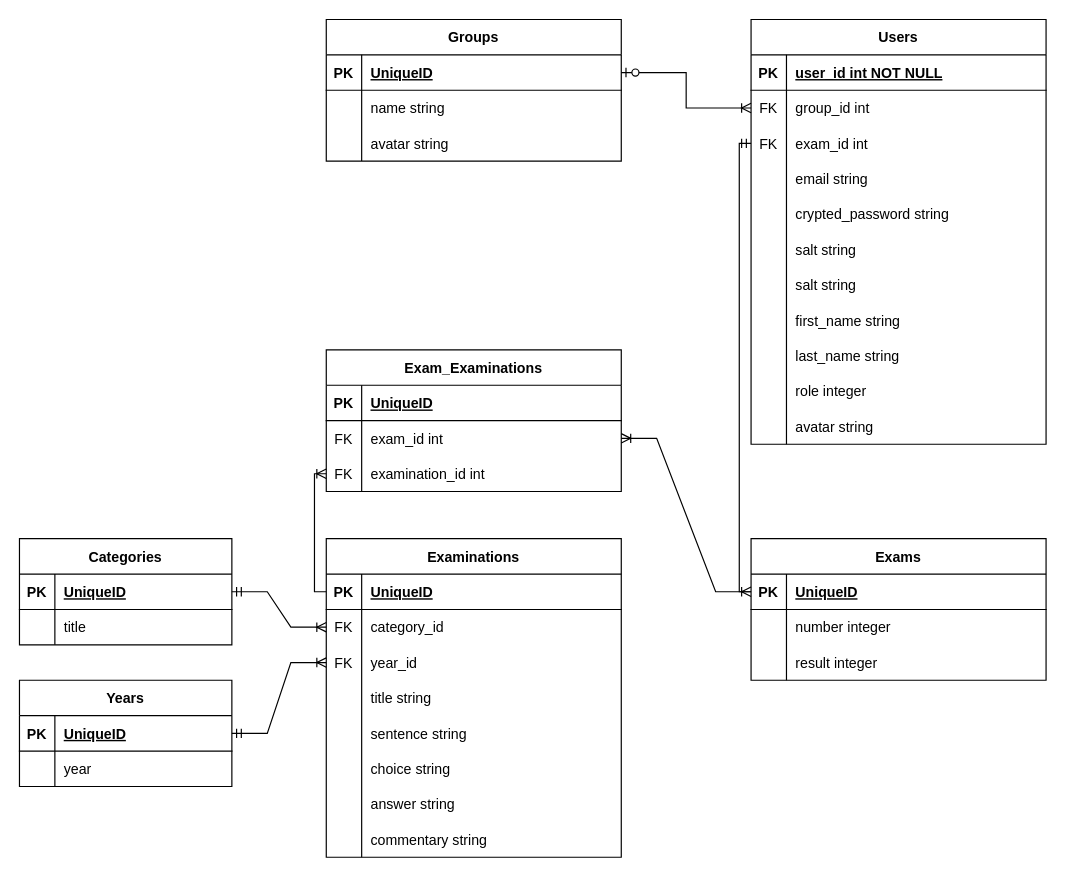
Earlier version of the draw.io diagram ER図.drawio (KeitaroOtsuka/CheifGasEngineer). Source tidied: cells renumbered, new cells numbered last; positions are measured from the earlier drawing's top-left corner, leaving out a move shared by most shapes. Both pictures are drawn from the tidied source at 118%, with x=0, y=0 at pixel (19, 19).
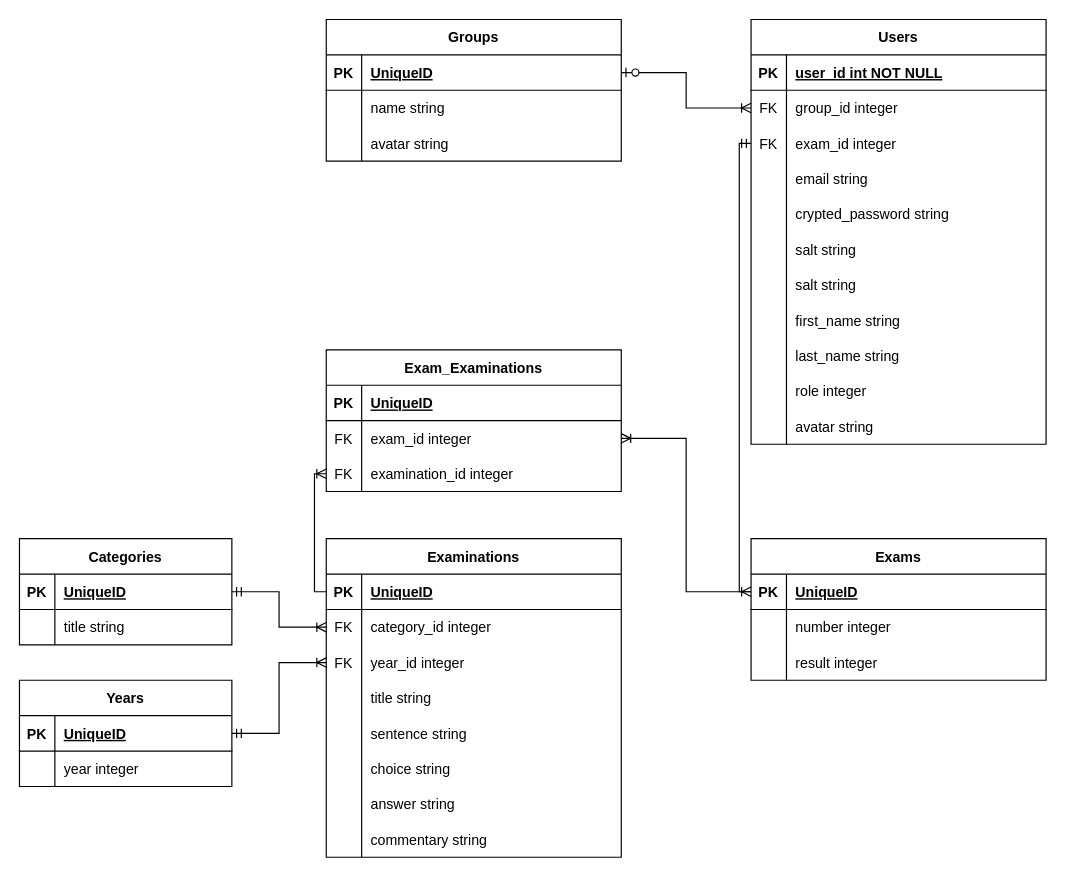
After the change.

Commit message:
ER図.drawio を更新します

The change refers to these unchanged cells:
```xml
<mxCell id="6" style="shape=tableRow;horizontal=0;startSize=0;swimlaneHead=0;swimlaneBody=0;fillColor=none;points=[[0,0.5],[1,0.5]];portConstraint=eastwest;top=0;left=0;right=0;bottom=0;" parent="2" vertex="1">
  <mxGeometry y="60" width="250" height="30" as="geometry" />
</mxCell>
<mxCell id="9" style="shape=tableRow;horizontal=0;startSize=0;swimlaneHead=0;swimlaneBody=0;fillColor=none;points=[[0,0.5],[1,0.5]];portConstraint=eastwest;top=0;left=0;right=0;bottom=0;" parent="2" vertex="1">
  <mxGeometry y="90" width="250" height="30" as="geometry" />
</mxCell>
<mxCell id="47" style="shape=tableRow;horizontal=0;startSize=0;swimlaneHead=0;swimlaneBody=0;fillColor=none;points=[[0,0.5],[1,0.5]];portConstraint=eastwest;top=0;left=0;right=0;bottom=1;" parent="46" vertex="1">
  <mxGeometry y="30" width="250" height="30" as="geometry" />
</mxCell>
<mxCell id="60" style="shape=tableRow;horizontal=0;startSize=0;swimlaneHead=0;swimlaneBody=0;fillColor=none;points=[[0,0.5],[1,0.5]];portConstraint=eastwest;top=0;left=0;right=0;bottom=0;" parent="56" vertex="1">
  <mxGeometry y="60" width="250" height="30" as="geometry" />
</mxCell>
<mxCell id="63" style="shape=tableRow;horizontal=0;startSize=0;swimlaneHead=0;swimlaneBody=0;fillColor=none;points=[[0,0.5],[1,0.5]];portConstraint=eastwest;top=0;left=0;right=0;bottom=0;" parent="56" vertex="1">
  <mxGeometry y="90" width="250" height="30" as="geometry" />
</mxCell>
<mxCell id="82" style="shape=tableRow;horizontal=0;startSize=0;swimlaneHead=0;swimlaneBody=0;fillColor=none;points=[[0,0.5],[1,0.5]];portConstraint=eastwest;top=0;left=0;right=0;bottom=1;" parent="81" vertex="1">
  <mxGeometry y="30" width="180" height="30" as="geometry" />
</mxCell>
<mxCell id="85" style="shape=tableRow;horizontal=0;startSize=0;swimlaneHead=0;swimlaneBody=0;fillColor=none;top=0;left=0;right=0;bottom=0;" parent="81" vertex="1">
  <mxGeometry y="60" width="180" height="30" as="geometry" />
</mxCell>
<mxCell id="90" style="shape=tableRow;horizontal=0;startSize=0;swimlaneHead=0;swimlaneBody=0;fillColor=none;points=[[0,0.5],[1,0.5]];portConstraint=eastwest;top=0;left=0;right=0;bottom=1;" parent="89" vertex="1">
  <mxGeometry y="30" width="180" height="30" as="geometry" />
</mxCell>
<mxCell id="93" style="shape=tableRow;horizontal=0;startSize=0;swimlaneHead=0;swimlaneBody=0;fillColor=none;top=0;left=0;right=0;bottom=0;" parent="89" vertex="1">
  <mxGeometry y="60" width="180" height="30" as="geometry" />
</mxCell>
<mxCell id="103" style="shape=tableRow;horizontal=0;startSize=0;swimlaneHead=0;swimlaneBody=0;fillColor=none;points=[[0,0.5],[1,0.5]];portConstraint=eastwest;top=0;left=0;right=0;bottom=0;" parent="99" vertex="1">
  <mxGeometry y="60" width="250" height="30" as="geometry" />
</mxCell>
<mxCell id="106" style="shape=tableRow;horizontal=0;startSize=0;swimlaneHead=0;swimlaneBody=0;fillColor=none;points=[[0,0.5],[1,0.5]];portConstraint=eastwest;top=0;left=0;right=0;bottom=0;" parent="99" vertex="1">
  <mxGeometry y="90" width="250" height="30" as="geometry" />
</mxCell>
```

What changed in the source:
```diff
@@
-    <mxCell id="8" value="group_id int" style="shape=partialRectangle;fillColor=none;top=0;left=0;bottom=0;right=0;align=left;spacingLeft=6;fontStyle=0;overflow=hidden;" parent="6" vertex="1">
+    <mxCell id="8" value="group_id integer" style="shape=partialRectangle;fillColor=none;top=0;left=0;bottom=0;right=0;align=left;spacingLeft=6;fontStyle=0;overflow=hidden;" parent="6" vertex="1">
       <mxGeometry x="30" width="220" height="30" as="geometry" />
     </mxCell>
@@
-    <mxCell id="11" value="exam_id int" style="shape=partialRectangle;fillColor=none;top=0;left=0;bottom=0;right=0;align=left;spacingLeft=6;fontStyle=0;overflow=hidden;" parent="9" vertex="1">
+    <mxCell id="11" value="exam_id integer" style="shape=partialRectangle;fillColor=none;top=0;left=0;bottom=0;right=0;align=left;spacingLeft=6;fontStyle=0;overflow=hidden;" parent="9" vertex="1">
       <mxGeometry x="30" width="220" height="30" as="geometry" />
     </mxCell>
@@
-    <mxCell id="62" value="category_id" style="shape=partialRectangle;fillColor=none;top=0;left=0;bottom=0;right=0;align=left;spacingLeft=6;fontStyle=0;overflow=hidden;" parent="60" vertex="1">
+    <mxCell id="62" value="category_id integer" style="shape=partialRectangle;fillColor=none;top=0;left=0;bottom=0;right=0;align=left;spacingLeft=6;fontStyle=0;overflow=hidden;" parent="60" vertex="1">
       <mxGeometry x="30" width="220" height="30" as="geometry" />
     </mxCell>
@@
-    <mxCell id="65" value="year_id" style="shape=partialRectangle;fillColor=none;top=0;left=0;bottom=0;right=0;align=left;spacingLeft=6;fontStyle=0;overflow=hidden;" parent="63" vertex="1">
+    <mxCell id="65" value="year_id integer" style="shape=partialRectangle;fillColor=none;top=0;left=0;bottom=0;right=0;align=left;spacingLeft=6;fontStyle=0;overflow=hidden;" parent="63" vertex="1">
       <mxGeometry x="30" width="220" height="30" as="geometry" />
     </mxCell>
@@
-    <mxCell id="87" value="title" style="shape=partialRectangle;fillColor=none;top=0;left=0;bottom=0;right=0;align=left;spacingLeft=6;overflow=hidden;" parent="85" vertex="1">
+    <mxCell id="87" value="title string" style="shape=partialRectangle;fillColor=none;top=0;left=0;bottom=0;right=0;align=left;spacingLeft=6;overflow=hidden;" parent="85" vertex="1">
       <mxGeometry x="30" width="150" height="30" as="geometry" />
     </mxCell>
-    <mxCell id="88" style="edgeStyle=entityRelationEdgeStyle;fontSize=12;html=1;endArrow=ERoneToMany;startArrow=ERmandOne;rounded=0;exitX=1;exitY=0.5;exitDx=0;exitDy=0;entryX=0;entryY=0.5;entryDx=0;entryDy=0;" parent="1" edge="1" source="82" target="60">
+    <mxCell id="88" style="edgeStyle=orthogonalEdgeStyle;fontSize=12;html=1;endArrow=ERoneToMany;startArrow=ERmandOne;rounded=0;exitX=1;exitY=0.5;exitDx=0;exitDy=0;entryX=0;entryY=0.5;entryDx=0;entryDy=0;" parent="1" edge="1" source="82" target="60">
       <mxGeometry relative="1" as="geometry" />
     </mxCell>
@@
-    <mxCell id="95" value="year" style="shape=partialRectangle;fillColor=none;top=0;left=0;bottom=0;right=0;align=left;spacingLeft=6;overflow=hidden;" parent="93" vertex="1">
+    <mxCell id="95" value="year integer" style="shape=partialRectangle;fillColor=none;top=0;left=0;bottom=0;right=0;align=left;spacingLeft=6;overflow=hidden;" parent="93" vertex="1">
       <mxGeometry x="30" width="150" height="30" as="geometry" />
     </mxCell>
-    <mxCell id="96" style="edgeStyle=entityRelationEdgeStyle;fontSize=12;html=1;endArrow=ERoneToMany;startArrow=ERmandOne;rounded=0;exitX=1;exitY=0.5;exitDx=0;exitDy=0;entryX=0;entryY=0.5;entryDx=0;entryDy=0;" parent="1" edge="1" source="90" target="63">
+    <mxCell id="96" style="edgeStyle=orthogonalEdgeStyle;fontSize=12;html=1;endArrow=ERoneToMany;startArrow=ERmandOne;rounded=0;exitX=1;exitY=0.5;exitDx=0;exitDy=0;entryX=0;entryY=0.5;entryDx=0;entryDy=0;" parent="1" edge="1" source="90" target="63">
       <mxGeometry relative="1" as="geometry" />
     </mxCell>
@@
-    <mxCell id="105" value="exam_id int" style="shape=partialRectangle;fillColor=none;top=0;left=0;bottom=0;right=0;align=left;spacingLeft=6;fontStyle=0;overflow=hidden;" parent="103" vertex="1">
+    <mxCell id="105" value="exam_id integer" style="shape=partialRectangle;fillColor=none;top=0;left=0;bottom=0;right=0;align=left;spacingLeft=6;fontStyle=0;overflow=hidden;" parent="103" vertex="1">
       <mxGeometry x="30" width="220" height="30" as="geometry" />
     </mxCell>
@@
-    <mxCell id="108" value="examination_id int" style="shape=partialRectangle;fillColor=none;top=0;left=0;bottom=0;right=0;align=left;spacingLeft=6;fontStyle=0;overflow=hidden;" parent="106" vertex="1">
+    <mxCell id="108" value="examination_id integer" style="shape=partialRectangle;fillColor=none;top=0;left=0;bottom=0;right=0;align=left;spacingLeft=6;fontStyle=0;overflow=hidden;" parent="106" vertex="1">
       <mxGeometry x="30" width="220" height="30" as="geometry" />
     </mxCell>
-    <mxCell id="109" style="edgeStyle=entityRelationEdgeStyle;fontSize=12;html=1;endArrow=ERoneToMany;rounded=0;exitX=0;exitY=0.5;exitDx=0;exitDy=0;entryX=1;entryY=0.5;entryDx=0;entryDy=0;" parent="1" edge="1" source="47" target="103">
+    <mxCell id="109" style="edgeStyle=orthogonalEdgeStyle;fontSize=12;html=1;endArrow=ERoneToMany;rounded=0;exitX=0;exitY=0.5;exitDx=0;exitDy=0;entryX=1;entryY=0.5;entryDx=0;entryDy=0;" parent="1" edge="1" source="47" target="103">
       <mxGeometry relative="1" as="geometry" />
     </mxCell>
```
